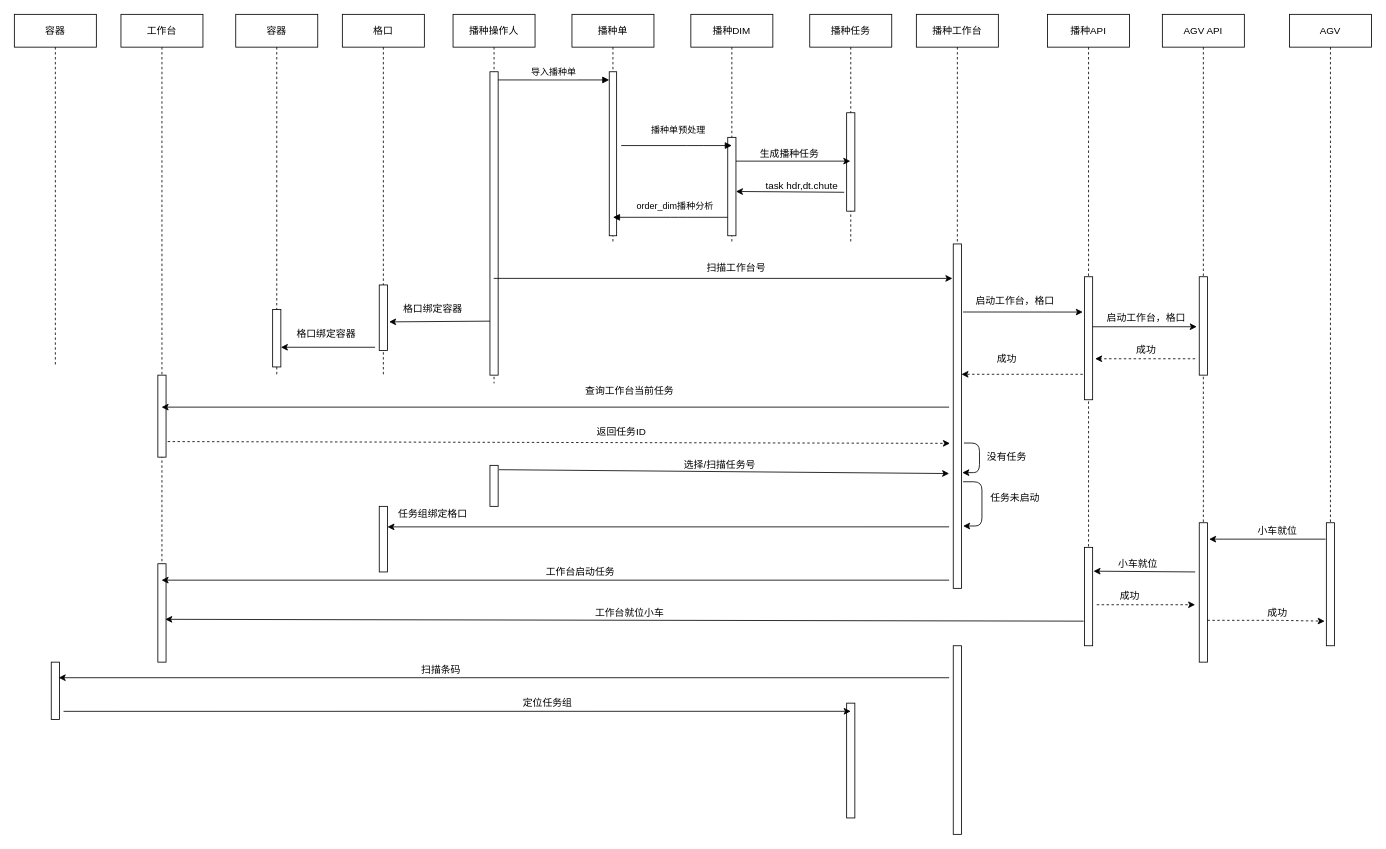
Above: Untitled Diagram.drawio in monica13477/hwms (draw.io), before the change. Source tidied: cells renumbered, new cells numbered last; positions are measured from the earlier drawing's top-left corner, leaving out a move shared by most shapes. Both pictures are drawn from the tidied source at 82%, with x=0, y=0 at pixel (14, 14).
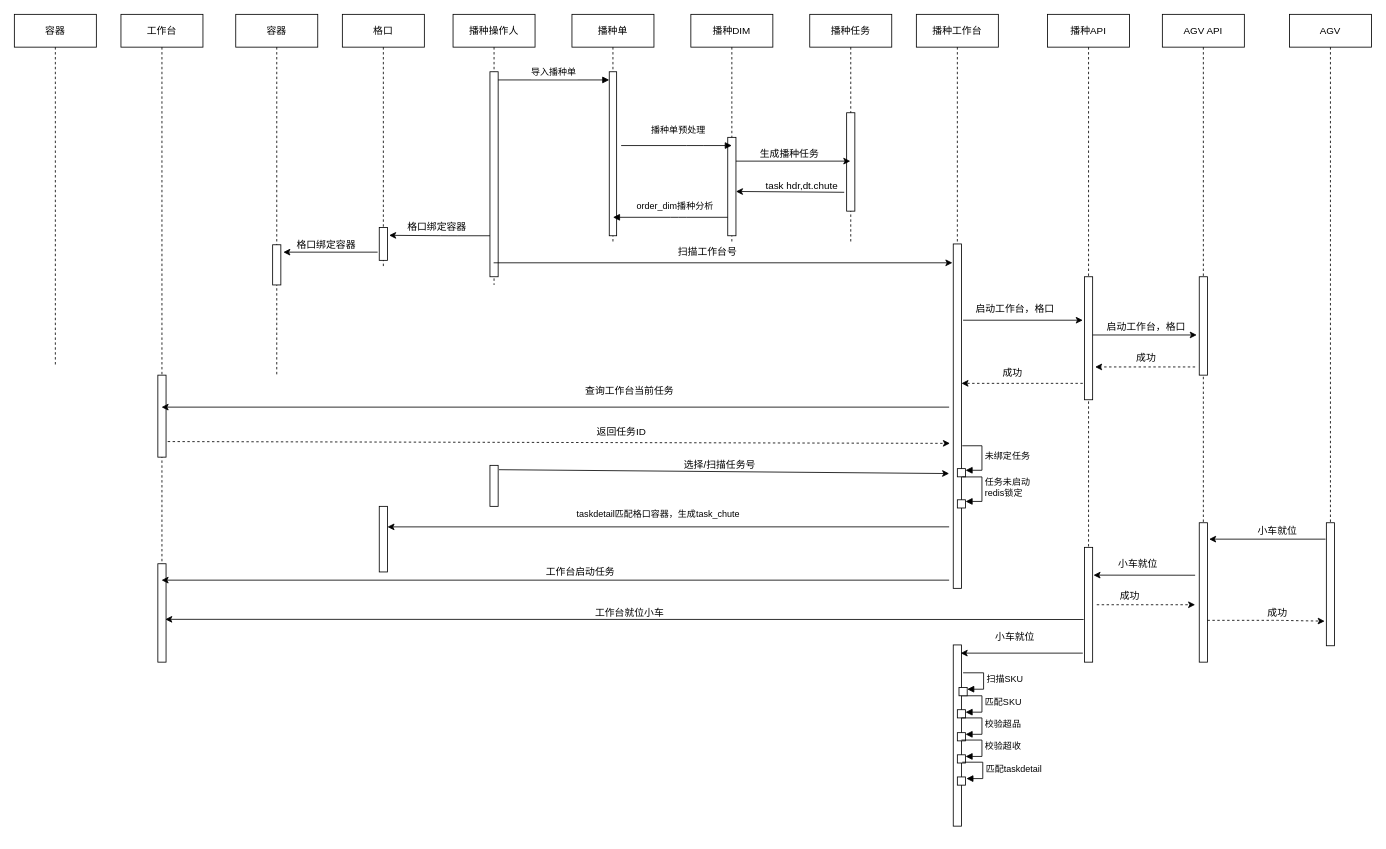
The same diagram, later.

The change refers to these unchanged cells:
```xml
<mxCell id="21" style="points=[];perimeter=orthogonalPerimeter;rounded=0;shadow=0;strokeWidth=1;" parent="1" vertex="1">
  <mxGeometry x="1145" y="280" width="10" height="420" as="geometry" />
</mxCell>
<mxCell id="24" style="points=[];perimeter=orthogonalPerimeter;rounded=0;shadow=0;strokeWidth=1;" parent="1" vertex="1">
  <mxGeometry x="1305" y="320" width="10" height="150" as="geometry" />
</mxCell>
<mxCell id="27" style="points=[];perimeter=orthogonalPerimeter;rounded=0;shadow=0;strokeWidth=1;" parent="1" vertex="1">
  <mxGeometry x="1445" y="320" width="10" height="120" as="geometry" />
</mxCell>
<mxCell id="40" value="工作台" style="shape=umlLifeline;perimeter=lifelinePerimeter;rounded=0;shadow=0;strokeWidth=1;" parent="1" vertex="1">
  <mxGeometry x="130" width="100" height="740" as="geometry" />
</mxCell>
```

The edit, as a diff of the source:
```diff
@@
     <mxCell id="2" value="播种操作人" style="shape=umlLifeline;perimeter=lifelinePerimeter;rounded=0;shadow=0;strokeWidth=1;" parent="1" vertex="1">
-      <mxGeometry x="535" width="100" height="450" as="geometry" />
+      <mxGeometry x="535" width="100" height="330" as="geometry" />
     </mxCell>
     <mxCell id="3" style="points=[];perimeter=orthogonalPerimeter;rounded=0;shadow=0;strokeWidth=1;" parent="2" vertex="1">
-      <mxGeometry x="45" y="70" width="10" height="370" as="geometry" />
+      <mxGeometry x="45" y="70" width="10" height="250" as="geometry" />
     </mxCell>
@@
-    <mxCell id="22" style="endArrow=classic;html=1;" parent="1" edge="1" source="2">
+    <mxCell id="22" style="endArrow=classic;html=1;" parent="1" edge="1">
       <mxGeometry relative="1" as="geometry">
-        <mxPoint x="1144" y="322" as="targetPoint" />
+        <mxPoint x="584.5" y="303" as="sourcePoint" />
+        <mxPoint x="1144" y="303" as="targetPoint" />
       </mxGeometry>
     </mxCell>
     <mxCell id="23" value="扫描工作台号" style="text;html=1;align=center;verticalAlign=middle;" parent="1" vertex="1">
-      <mxGeometry x="835" y="300" width="90" height="20" as="geometry" />
+      <mxGeometry x="800" y="280" width="90" height="20" as="geometry" />
     </mxCell>
@@
-    <mxCell id="25" style="endArrow=classic;html=1;entryX=-0.2;entryY=0.287;entryDx=0;entryDy=0;entryPerimeter=0;" parent="1" edge="1" target="24">
+    <mxCell id="25" style="endArrow=classic;html=1;entryX=-0.2;entryY=0.287;entryDx=0;entryDy=0;entryPerimeter=0;" parent="1" edge="1">
       <mxGeometry relative="1" as="geometry">
-        <mxPoint x="1157" y="363" as="sourcePoint" />
+        <mxPoint x="1157" y="373" as="sourcePoint" />
+        <mxPoint x="1303" y="373" as="targetPoint" />
       </mxGeometry>
     </mxCell>
     <mxCell id="26" value="启动工作台，格口" style="text;html=1;align=center;verticalAlign=middle;" parent="1" vertex="1">
-      <mxGeometry x="1165" y="340" width="110" height="20" as="geometry" />
+      <mxGeometry x="1165" y="350" width="110" height="20" as="geometry" />
     </mxCell>
@@
-    <mxCell id="28" style="endArrow=classic;html=1;entryX=-0.3;entryY=0.508;entryDx=0;entryDy=0;entryPerimeter=0;" parent="1" edge="1" target="27">
+    <mxCell id="28" style="endArrow=classic;html=1;entryX=-0.3;entryY=0.508;entryDx=0;entryDy=0;entryPerimeter=0;" parent="1" edge="1">
       <mxGeometry relative="1" as="geometry">
-        <mxPoint x="1315" y="381" as="sourcePoint" />
+        <mxPoint x="1315" y="391" as="sourcePoint" />
+        <mxPoint x="1442" y="391" as="targetPoint" />
       </mxGeometry>
     </mxCell>
     <mxCell id="29" value="启动工作台，格口" style="text;html=1;align=center;verticalAlign=middle;" parent="1" vertex="1">
-      <mxGeometry x="1325" y="360" width="110" height="20" as="geometry" />
+      <mxGeometry x="1325" y="371" width="110" height="20" as="geometry" />
     </mxCell>
     <mxCell id="30" value="成功" style="text;html=1;align=center;verticalAlign=middle;" parent="1" vertex="1">
-      <mxGeometry x="1360" y="400" width="40" height="20" as="geometry" />
+      <mxGeometry x="1360" y="409" width="40" height="20" as="geometry" />
     </mxCell>
-    <mxCell id="31" style="endArrow=classic;html=1;exitX=-0.2;exitY=0.793;exitDx=0;exitDy=0;exitPerimeter=0;dashed=1;" parent="1" edge="1" source="24" target="21">
-      <mxGeometry relative="1" as="geometry" />
+    <mxCell id="31" style="endArrow=classic;html=1;exitX=-0.2;exitY=0.793;exitDx=0;exitDy=0;exitPerimeter=0;dashed=1;" parent="1" edge="1">
+      <mxGeometry relative="1" as="geometry">
+        <mxPoint x="1303" y="450" as="sourcePoint" />
+        <mxPoint x="1155" y="450" as="targetPoint" />
+      </mxGeometry>
     </mxCell>
     <mxCell id="32" value="成功" style="text;html=1;align=center;verticalAlign=middle;" parent="1" vertex="1">
-      <mxGeometry x="1190" y="410" width="40" height="20" as="geometry" />
+      <mxGeometry x="1197" y="428" width="40" height="20" as="geometry" />
     </mxCell>
     <mxCell id="33" style="endArrow=classic;html=1;dashed=1;" parent="1" edge="1">
       <mxGeometry relative="1" as="geometry">
-        <mxPoint x="1440" y="420" as="sourcePoint" />
-        <mxPoint x="1318" y="420" as="targetPoint" />
+        <mxPoint x="1440" y="430" as="sourcePoint" />
+        <mxPoint x="1318" y="430" as="targetPoint" />
       </mxGeometry>
     </mxCell>
     <mxCell id="34" value="格口" style="shape=umlLifeline;perimeter=lifelinePerimeter;rounded=0;shadow=0;strokeWidth=1;" parent="1" vertex="1">
-      <mxGeometry x="400" width="100" height="440" as="geometry" />
+      <mxGeometry x="400" width="100" height="310" as="geometry" />
     </mxCell>
     <mxCell id="35" style="points=[];perimeter=orthogonalPerimeter;rounded=0;shadow=0;strokeWidth=1;" parent="34" vertex="1">
-      <mxGeometry x="45" y="330" width="10" height="80" as="geometry" />
+      <mxGeometry x="45" y="260" width="10" height="40" as="geometry" />
     </mxCell>
-    <mxCell id="36" value="容器" style="shape=umlLifeline;perimeter=lifelinePerimeter;rounded=0;shadow=0;strokeWidth=1;" parent="1" vertex="1">
-      <mxGeometry x="270" width="100" height="440" as="geometry" />
-    </mxCell>
-    <mxCell id="37" style="points=[];perimeter=orthogonalPerimeter;rounded=0;shadow=0;strokeWidth=1;" parent="36" vertex="1">
-      <mxGeometry x="45" y="360" width="10" height="70" as="geometry" />
-    </mxCell>
-    <mxCell id="38" style="endArrow=classic;html=1;entryX=1.2;entryY=0.563;entryDx=0;entryDy=0;entryPerimeter=0;exitX=0;exitY=0.822;exitDx=0;exitDy=0;exitPerimeter=0;" parent="1" edge="1" source="3" target="35">
-      <mxGeometry relative="1" as="geometry" />
+    <mxCell id="38" style="endArrow=classic;html=1;entryX=1.2;entryY=0.563;entryDx=0;entryDy=0;entryPerimeter=0;" parent="1" edge="1">
+      <mxGeometry relative="1" as="geometry">
+        <mxPoint x="580" y="270" as="sourcePoint" />
+        <mxPoint x="457" y="269.5" as="targetPoint" />
+        <Array as="points">
+          <mxPoint x="530" y="270" />
+        </Array>
+      </mxGeometry>
     </mxCell>
     <mxCell id="39" value="格口绑定容器" style="text;html=1;align=center;verticalAlign=middle;" parent="1" vertex="1">
-      <mxGeometry x="465" y="350" width="90" height="20" as="geometry" />
+      <mxGeometry x="470" y="250" width="90" height="20" as="geometry" />
     </mxCell>
@@
-    <mxCell id="49" style="edgeStyle=elbowEdgeStyle;elbow=horizontal;endArrow=classic;html=1;exitX=1.6;exitY=0.571;exitDx=0;exitDy=0;exitPerimeter=0;entryX=1.1;entryY=0.664;entryDx=0;entryDy=0;entryPerimeter=0;" parent="1" edge="1" target="21">
-      <mxGeometry relative="1" as="geometry">
-        <mxPoint x="1158" y="522.8" as="sourcePoint" />
-        <Array as="points">
-          <mxPoint x="1177" y="553" />
-        </Array>
-      </mxGeometry>
-    </mxCell>
-    <mxCell id="50" value="没有任务" style="text;html=1;align=center;verticalAlign=middle;" parent="1" vertex="1">
-      <mxGeometry x="1180" y="530" width="60" height="20" as="geometry" />
-    </mxCell>
@@
-    <mxCell id="53" value="任务组绑定格口" style="text;html=1;align=center;verticalAlign=middle;" parent="1" vertex="1">
-      <mxGeometry x="460" y="600" width="100" height="20" as="geometry" />
+    <mxCell id="53" value="&lt;span style=&quot;font-size: 11px ; background-color: rgb(255 , 255 , 255)&quot;&gt;taskdetail匹配格口容器，生成task_chute&lt;/span&gt;" style="text;html=1;align=center;verticalAlign=middle;" parent="1" vertex="1">
+      <mxGeometry x="670" y="600" width="230" height="20" as="geometry" />
     </mxCell>
-    <mxCell id="54" style="endArrow=classic;html=1;entryX=1;entryY=0.657;entryDx=0;entryDy=0;entryPerimeter=0;" parent="1" edge="1" target="37">
+    <mxCell id="54" style="endArrow=classic;html=1;entryX=1;entryY=0.657;entryDx=0;entryDy=0;entryPerimeter=0;" parent="1" edge="1">
       <mxGeometry relative="1" as="geometry">
-        <mxPoint x="440" y="406" as="sourcePoint" />
+        <mxPoint x="443" y="290" as="sourcePoint" />
+        <mxPoint x="328" y="290" as="targetPoint" />
+        <Array as="points">
+          <mxPoint x="328" y="290" />
+        </Array>
       </mxGeometry>
     </mxCell>
     <mxCell id="55" value="格口绑定容器" style="text;html=1;align=center;verticalAlign=middle;" parent="1" vertex="1">
-      <mxGeometry x="335" y="380" width="90" height="20" as="geometry" />
+      <mxGeometry x="335" y="271" width="90" height="20" as="geometry" />
     </mxCell>
-    <mxCell id="56" style="edgeStyle=elbowEdgeStyle;elbow=horizontal;endArrow=classic;html=1;entryX=1.2;entryY=0.819;entryDx=0;entryDy=0;entryPerimeter=0;" parent="1" edge="1" target="21">
-      <mxGeometry relative="1" as="geometry">
-        <mxPoint x="1157" y="570" as="sourcePoint" />
-        <Array as="points">
-          <mxPoint x="1180" y="600.2" />
-        </Array>
-      </mxGeometry>
-    </mxCell>
-    <mxCell id="57" value="任务未启动" style="text;html=1;align=center;verticalAlign=middle;" parent="1" vertex="1">
-      <mxGeometry x="1180" y="580" width="80" height="20" as="geometry" />
-    </mxCell>
@@
     <mxCell id="59" style="points=[];perimeter=orthogonalPerimeter;rounded=0;shadow=0;strokeWidth=1;" parent="1" vertex="1">
-      <mxGeometry x="1305" y="650" width="10" height="120" as="geometry" />
+      <mxGeometry x="1305" y="650" width="10" height="140" as="geometry" />
     </mxCell>
@@
     <mxCell id="63" style="endArrow=classic;html=1;entryX=1.1;entryY=0.242;entryDx=0;entryDy=0;entryPerimeter=0;" parent="1" edge="1" target="59">
       <mxGeometry relative="1" as="geometry">
-        <mxPoint x="1440" y="680" as="sourcePoint" />
+        <mxPoint x="1440" y="684" as="sourcePoint" />
       </mxGeometry>
     </mxCell>
@@
-    <mxCell id="69" style="endArrow=classic;html=1;exitX=-0.1;exitY=0.75;exitDx=0;exitDy=0;exitPerimeter=0;entryX=0.54;entryY=0.997;entryDx=0;entryDy=0;entryPerimeter=0;" parent="1" edge="1" source="59" target="40">
-      <mxGeometry relative="1" as="geometry" />
+    <mxCell id="69" style="endArrow=classic;html=1;entryX=0.54;entryY=0.997;entryDx=0;entryDy=0;entryPerimeter=0;" parent="1" edge="1" target="40">
+      <mxGeometry relative="1" as="geometry">
+        <mxPoint x="1304" y="738" as="sourcePoint" />
+      </mxGeometry>
     </mxCell>
@@
-    <mxCell id="74" style="perimeter=orthogonalPerimeter;rounded=0;shadow=0;strokeWidth=1;" parent="1" vertex="1">
-      <mxGeometry x="1145" y="770" width="10" height="230" as="geometry" />
-    </mxCell>
@@
-    <mxCell id="76" style="points=[];perimeter=orthogonalPerimeter;rounded=0;shadow=0;strokeWidth=1;" parent="1" vertex="1">
-      <mxGeometry x="45" y="790" width="10" height="70" as="geometry" />
-    </mxCell>
-    <mxCell id="77" style="endArrow=classic;html=1;entryX=0.9;entryY=0.271;entryDx=0;entryDy=0;entryPerimeter=0;" parent="1" edge="1" target="76">
-      <mxGeometry relative="1" as="geometry">
-        <mxPoint x="1140" y="809" as="sourcePoint" />
-      </mxGeometry>
-    </mxCell>
-    <mxCell id="78" value="扫描条码" style="text;html=1;align=center;verticalAlign=middle;" parent="1" vertex="1">
-      <mxGeometry x="490" y="790" width="60" height="20" as="geometry" />
-    </mxCell>
     <mxCell id="79" style="points=[];perimeter=orthogonalPerimeter;rounded=0;shadow=0;strokeWidth=1;" parent="1" vertex="1">
-      <mxGeometry x="1015" y="840" width="10" height="140" as="geometry" />
+      <mxGeometry x="1145" y="769" width="10" height="221" as="geometry" />
     </mxCell>
-    <mxCell id="80" style="endArrow=classic;html=1;entryX=0.5;entryY=0.071;entryDx=0;entryDy=0;entryPerimeter=0;" parent="1" edge="1" target="79">
-      <mxGeometry relative="1" as="geometry">
-        <mxPoint x="60" y="850" as="sourcePoint" />
-      </mxGeometry>
-    </mxCell>
-    <mxCell id="81" value="定位任务组" style="text;html=1;align=center;verticalAlign=middle;" parent="1" vertex="1">
-      <mxGeometry x="610" y="830" width="80" height="20" as="geometry" />
-    </mxCell>
+    <mxCell id="82" style="endArrow=classic;html=1;" parent="1" edge="1">
+      <mxGeometry relative="1" as="geometry">
+        <mxPoint x="1303" y="779" as="sourcePoint" />
+        <mxPoint x="1154" y="779" as="targetPoint" />
+      </mxGeometry>
+    </mxCell>
+    <mxCell id="83" value="小车就位" style="text;html=1;align=center;verticalAlign=middle;" parent="1" vertex="1">
+      <mxGeometry x="1190" y="750" width="60" height="20" as="geometry" />
+    </mxCell>
+    <mxCell id="84" style="html=1;perimeter=orthogonalPerimeter;" parent="1" vertex="1">
+      <mxGeometry x="1150" y="848" width="10" height="10" as="geometry" />
+    </mxCell>
+    <mxCell id="85" value="匹配SKU" style="edgeStyle=orthogonalEdgeStyle;html=1;align=left;spacingLeft=2;endArrow=block;rounded=0;entryX=1;entryY=0;" parent="1" edge="1">
+      <mxGeometry relative="1" as="geometry">
+        <mxPoint x="1155" y="831" as="sourcePoint" />
+        <mxPoint x="1160" y="851" as="targetPoint" />
+        <Array as="points">
+          <mxPoint x="1180" y="831" />
+        </Array>
+      </mxGeometry>
+    </mxCell>
+    <mxCell id="86" style="html=1;perimeter=orthogonalPerimeter;" parent="1" vertex="1">
+      <mxGeometry x="1150" y="876" width="10" height="10" as="geometry" />
+    </mxCell>
+    <mxCell id="87" value="校验超品" style="edgeStyle=orthogonalEdgeStyle;html=1;align=left;spacingLeft=2;endArrow=block;rounded=0;entryX=1;entryY=0;" parent="1" edge="1">
+      <mxGeometry relative="1" as="geometry">
+        <mxPoint x="1155" y="858" as="sourcePoint" />
+        <mxPoint x="1160" y="878" as="targetPoint" />
+        <Array as="points">
+          <mxPoint x="1180" y="858" />
+        </Array>
+      </mxGeometry>
+    </mxCell>
+    <mxCell id="88" style="html=1;perimeter=orthogonalPerimeter;" parent="1" vertex="1">
+      <mxGeometry x="1150" y="903" width="10" height="10" as="geometry" />
+    </mxCell>
+    <mxCell id="89" value="校验超收" style="edgeStyle=orthogonalEdgeStyle;html=1;align=left;spacingLeft=2;endArrow=block;rounded=0;entryX=1;entryY=0;" parent="1" edge="1">
+      <mxGeometry relative="1" as="geometry">
+        <mxPoint x="1155" y="885" as="sourcePoint" />
+        <mxPoint x="1160" y="905" as="targetPoint" />
+        <Array as="points">
+          <mxPoint x="1180" y="885" />
+        </Array>
+      </mxGeometry>
+    </mxCell>
+    <mxCell id="90" style="html=1;perimeter=orthogonalPerimeter;" parent="1" vertex="1">
+      <mxGeometry x="1150" y="930" width="10" height="10" as="geometry" />
+    </mxCell>
+    <mxCell id="91" value="匹配taskdetail" style="edgeStyle=orthogonalEdgeStyle;html=1;align=left;spacingLeft=2;endArrow=block;rounded=0;entryX=1;entryY=0;" parent="1" edge="1">
+      <mxGeometry relative="1" as="geometry">
+        <mxPoint x="1156" y="912" as="sourcePoint" />
+        <mxPoint x="1161" y="932" as="targetPoint" />
+        <Array as="points">
+          <mxPoint x="1181" y="912" />
+        </Array>
+      </mxGeometry>
+    </mxCell>
+    <mxCell id="36" value="容器" style="shape=umlLifeline;perimeter=lifelinePerimeter;rounded=0;shadow=0;strokeWidth=1;" parent="1" vertex="1">
+      <mxGeometry x="270" width="100" height="440" as="geometry" />
+    </mxCell>
+    <mxCell id="92" style="perimeter=orthogonalPerimeter;rounded=0;shadow=0;strokeWidth=1;" parent="36" vertex="1">
+      <mxGeometry x="45" y="281" width="10" height="49" as="geometry" />
+    </mxCell>
+    <mxCell id="93" style="html=1;perimeter=orthogonalPerimeter;" parent="1" vertex="1">
+      <mxGeometry x="1152" y="821" width="10" height="10" as="geometry" />
+    </mxCell>
+    <mxCell id="94" value="扫描SKU" style="edgeStyle=orthogonalEdgeStyle;html=1;align=left;spacingLeft=2;endArrow=block;rounded=0;entryX=1;entryY=0;" parent="1" edge="1">
+      <mxGeometry relative="1" as="geometry">
+        <mxPoint x="1157" y="803" as="sourcePoint" />
+        <mxPoint x="1162" y="823" as="targetPoint" />
+        <Array as="points">
+          <mxPoint x="1182" y="803" />
+        </Array>
+      </mxGeometry>
+    </mxCell>
+    <mxCell id="95" style="html=1;perimeter=orthogonalPerimeter;" parent="1" vertex="1">
+      <mxGeometry x="1150" y="554" width="10" height="10" as="geometry" />
+    </mxCell>
+    <mxCell id="96" value="未绑定任务" style="edgeStyle=orthogonalEdgeStyle;html=1;align=left;spacingLeft=2;endArrow=block;rounded=0;entryX=1;entryY=0;exitX=1.1;exitY=0.586;exitDx=0;exitDy=0;exitPerimeter=0;" parent="1" edge="1" source="21">
+      <mxGeometry relative="1" as="geometry">
+        <mxPoint x="1160" y="556" as="targetPoint" />
+        <Array as="points">
+          <mxPoint x="1180" y="526" />
+          <mxPoint x="1180" y="556" />
+        </Array>
+      </mxGeometry>
+    </mxCell>
+    <mxCell id="97" style="html=1;perimeter=orthogonalPerimeter;" parent="1" vertex="1">
+      <mxGeometry x="1150" y="592" width="10" height="10" as="geometry" />
+    </mxCell>
+    <mxCell id="98" value="任务未启动&lt;br&gt;redis锁定" style="edgeStyle=orthogonalEdgeStyle;html=1;align=left;spacingLeft=2;endArrow=block;rounded=0;entryX=1;entryY=0;exitX=1.1;exitY=0.586;exitDx=0;exitDy=0;exitPerimeter=0;" parent="1" edge="1">
+      <mxGeometry relative="1" as="geometry">
+        <mxPoint x="1156" y="564.1" as="sourcePoint" />
+        <mxPoint x="1160" y="594" as="targetPoint" />
+        <Array as="points">
+          <mxPoint x="1180" y="564" />
+          <mxPoint x="1180" y="594" />
+        </Array>
+      </mxGeometry>
+    </mxCell>
```
